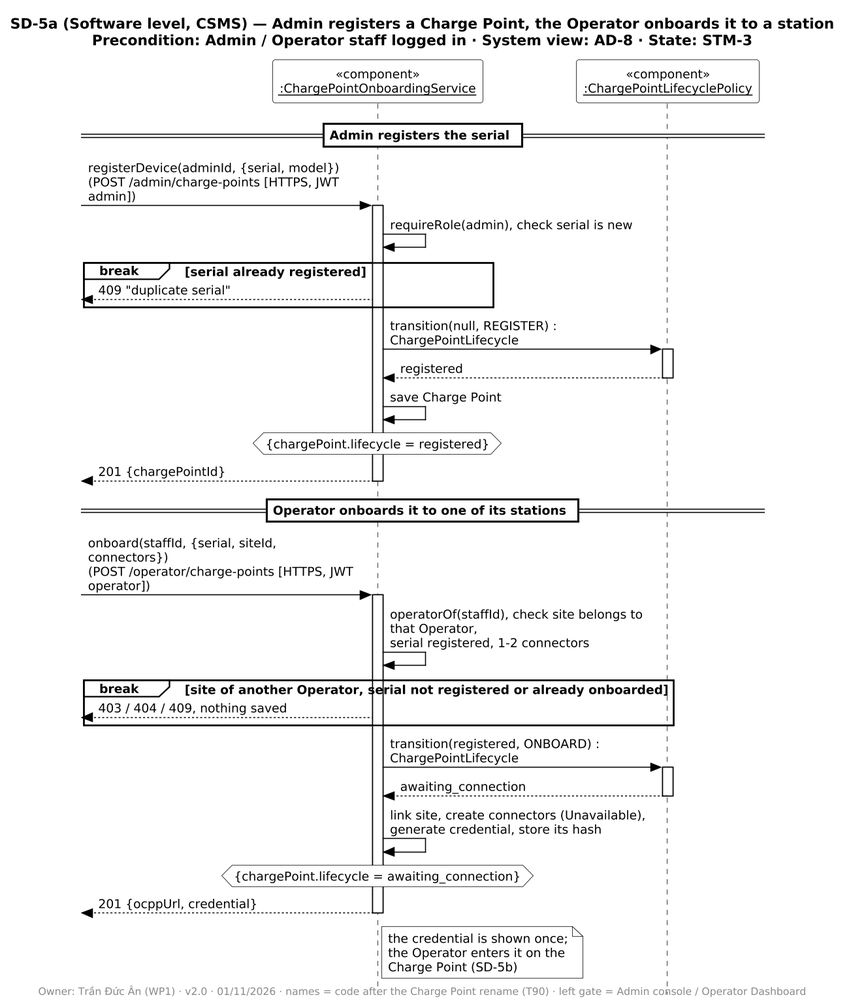
Earlier version of the PlantUML export diagrams/report4/sequence/SD-5a/SD-5a.png (PowerMeApp/powerme).
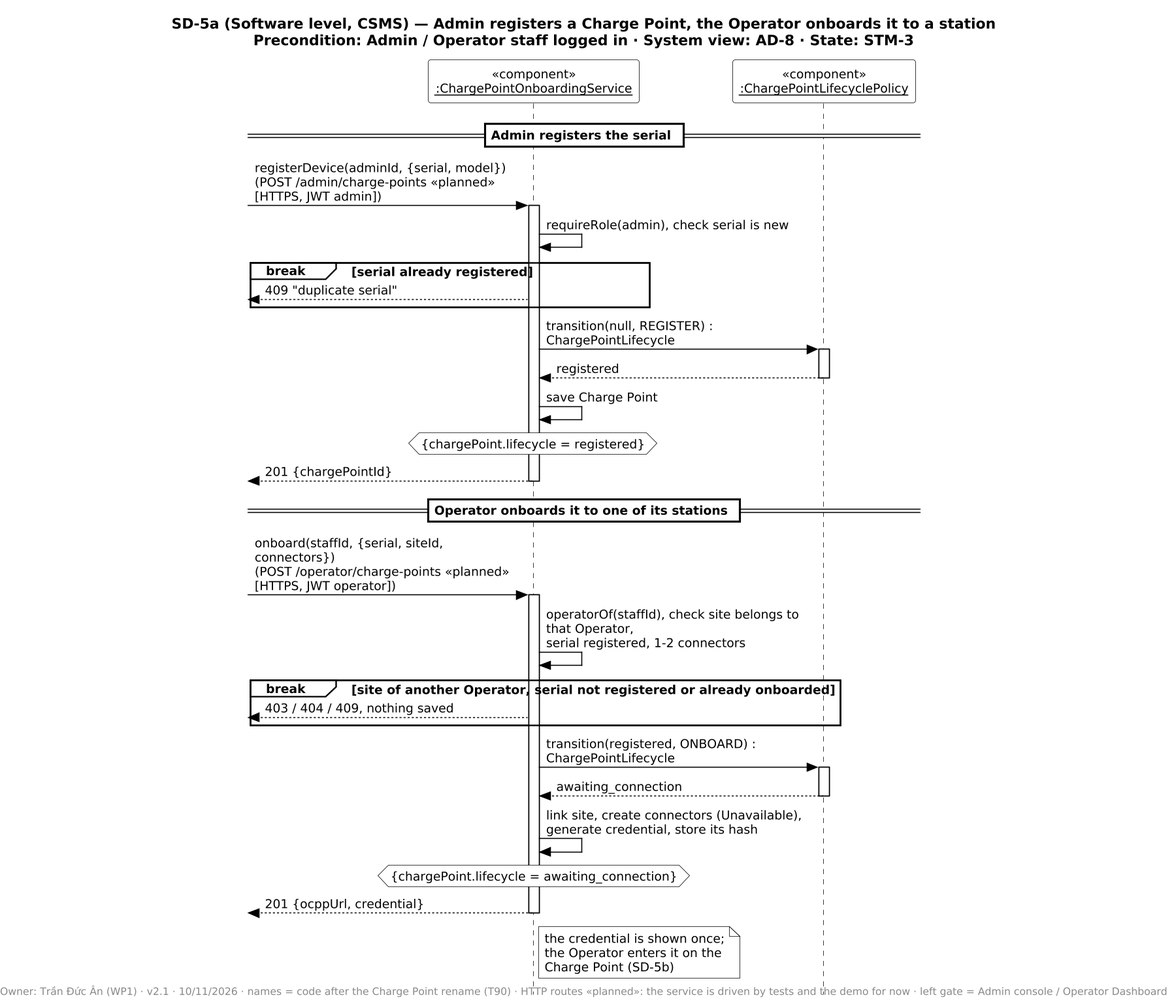
The same diagram one commit later.

Change to the diagram source:
```diff
@@ -1,13 +1,13 @@
 @startuml SD-5a
 !include ../_style.iuml
 title SD-5a (Software level, CSMS) — Admin registers a Charge Point, the Operator onboards it to a station\nPrecondition: Admin / Operator staff logged in · System view: AD-8 · State: STM-3
-footer Owner: Trần Đức Ân (WP1) · v2.0 · 01/11/2026 · names = code after the Charge Point rename (T90) · left gate = Admin console / Operator Dashboard
+footer Owner: Trần Đức Ân (WP1) · v2.1 · 10/11/2026 · names = code after the Charge Point rename (T90) · HTTP routes «planned»: the service is driven by tests and the demo for now · left gate = Admin console / Operator Dashboard
 
 participant "«component»\n<u>:ChargePointOnboardingService</u>" as POS
 participant "«component»\n<u>:ChargePointLifecyclePolicy</u>" as PLP
 
 == Admin registers the serial ==
-[-> POS ++ : registerDevice(adminId, {serial, model})\n(POST /admin/charge-points [HTTPS, JWT admin])
+[-> POS ++ : registerDevice(adminId, {serial, model})\n(POST /admin/charge-points «planned» [HTTPS, JWT admin])
 POS -> POS : requireRole(admin), check serial is new
 break serial already registered
   [<-- POS : 409 "duplicate serial"
@@ -19,7 +19,7 @@
 [<-- POS -- : 201 {chargePointId}
 
 == Operator onboards it to one of its stations ==
-[-> POS ++ : onboard(staffId, {serial, siteId, connectors})\n(POST /operator/charge-points [HTTPS, JWT operator])
+[-> POS ++ : onboard(staffId, {serial, siteId, connectors})\n(POST /operator/charge-points «planned» [HTTPS, JWT operator])
 POS -> POS : operatorOf(staffId), check site belongs to that Operator,\nserial registered, 1-2 connectors
 break site of another Operator, serial not registered or already onboarded
   [<-- POS : 403 / 404 / 409, nothing saved
```
